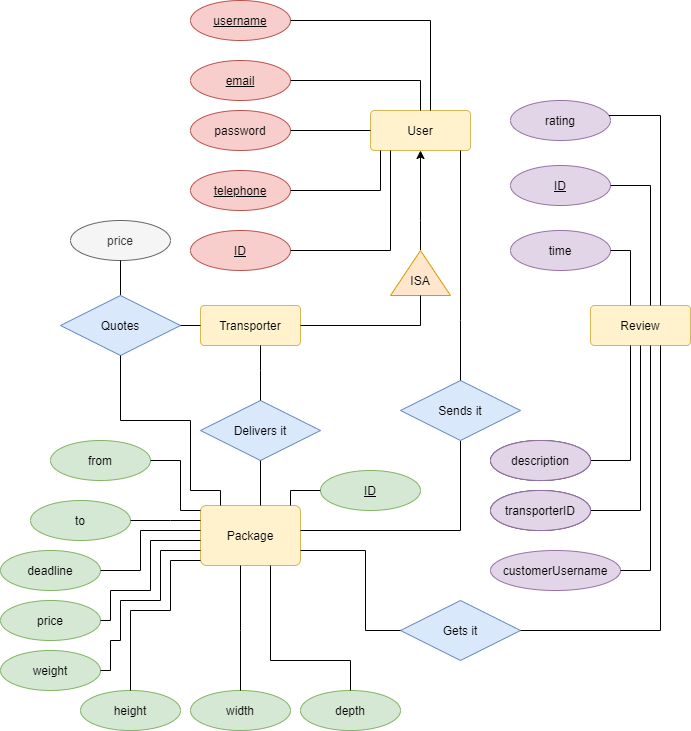
Before: docs/datamodel.png, a diagram exported from draw.io (Movesy/movesy). Source tidied: cells renumbered, new cells last; positions are measured from the earlier drawing's top-left corner, leaving out a move shared by most shapes.
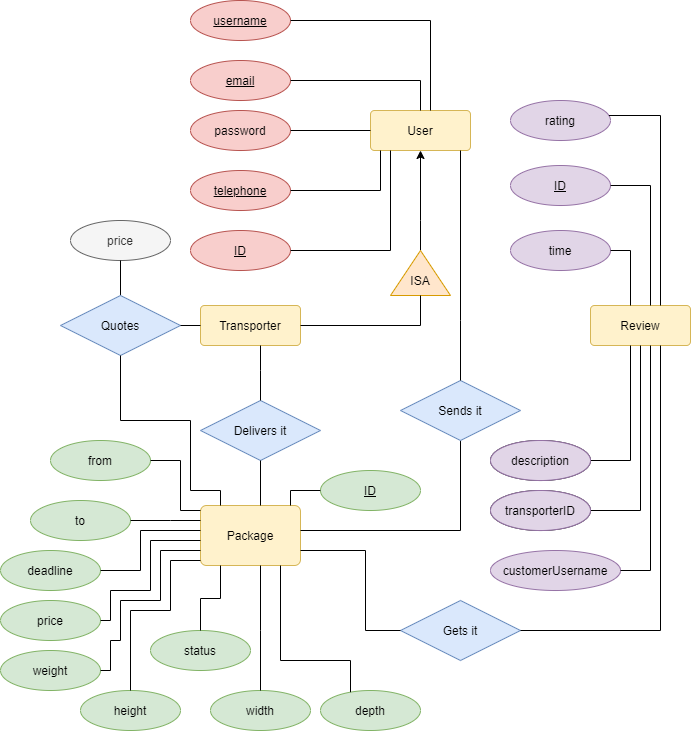
The same diagram one commit later.

Change to the diagram source:
```diff
@@ -207,10 +207,10 @@
       <mxGeometry x="80" y="690" width="100" height="40" as="geometry" />
     </mxCell>
     <mxCell id="44" value="width" style="ellipse;whiteSpace=wrap;html=1;align=center;fillColor=#d5e8d4;strokeColor=#82b366;" parent="1" vertex="1">
-      <mxGeometry x="190" y="690" width="100" height="40" as="geometry" />
+      <mxGeometry x="210" y="690" width="100" height="40" as="geometry" />
     </mxCell>
     <mxCell id="45" value="depth" style="ellipse;whiteSpace=wrap;html=1;align=center;fillColor=#d5e8d4;strokeColor=#82b366;" parent="1" vertex="1">
-      <mxGeometry x="300" y="690" width="100" height="40" as="geometry" />
+      <mxGeometry x="320" y="690" width="100" height="40" as="geometry" />
     </mxCell>
     <mxCell id="46" style="endArrow=none;html=1;rounded=0;edgeStyle=orthogonalEdgeStyle;" parent="1" edge="1" source="15" target="37">
       <mxGeometry relative="1" as="geometry">
@@ -246,15 +246,15 @@
     <mxCell id="49" style="endArrow=none;html=1;rounded=0;edgeStyle=orthogonalEdgeStyle;" parent="1" edge="1" source="15" target="44">
       <mxGeometry relative="1" as="geometry">
         <Array as="points">
-          <mxPoint x="240" y="630" />
-          <mxPoint x="240" y="630" />
+          <mxPoint x="260" y="630" />
+          <mxPoint x="260" y="630" />
         </Array>
       </mxGeometry>
     </mxCell>
     <mxCell id="50" style="endArrow=none;html=1;rounded=0;edgeStyle=orthogonalEdgeStyle;" parent="1" edge="1" source="15" target="45">
       <mxGeometry relative="1" as="geometry">
         <Array as="points">
-          <mxPoint x="270" y="660" />
+          <mxPoint x="280" y="660" />
           <mxPoint x="350" y="660" />
         </Array>
       </mxGeometry>
@@ -321,5 +321,16 @@
     <mxCell id="64" value="transporterID" style="ellipse;whiteSpace=wrap;html=1;align=center;fillColor=#e1d5e7;strokeColor=#9673a6;" parent="1" vertex="1">
       <mxGeometry x="490" y="490" width="100" height="40" as="geometry" />
     </mxCell>
+    <mxCell id="65" value="status" style="ellipse;whiteSpace=wrap;html=1;align=center;fillColor=#d5e8d4;strokeColor=#82b366;" parent="1" vertex="1">
+      <mxGeometry x="150" y="630" width="100" height="40" as="geometry" />
+    </mxCell>
+    <mxCell id="66" style="endArrow=none;html=1;rounded=0;edgeStyle=orthogonalEdgeStyle;" parent="1" edge="1" source="15" target="65">
+      <mxGeometry relative="1" as="geometry">
+        <Array as="points">
+          <mxPoint x="220" y="598" />
+          <mxPoint x="200" y="598" />
+        </Array>
+      </mxGeometry>
+    </mxCell>
   </root>
 </mxGraphModel>
```
